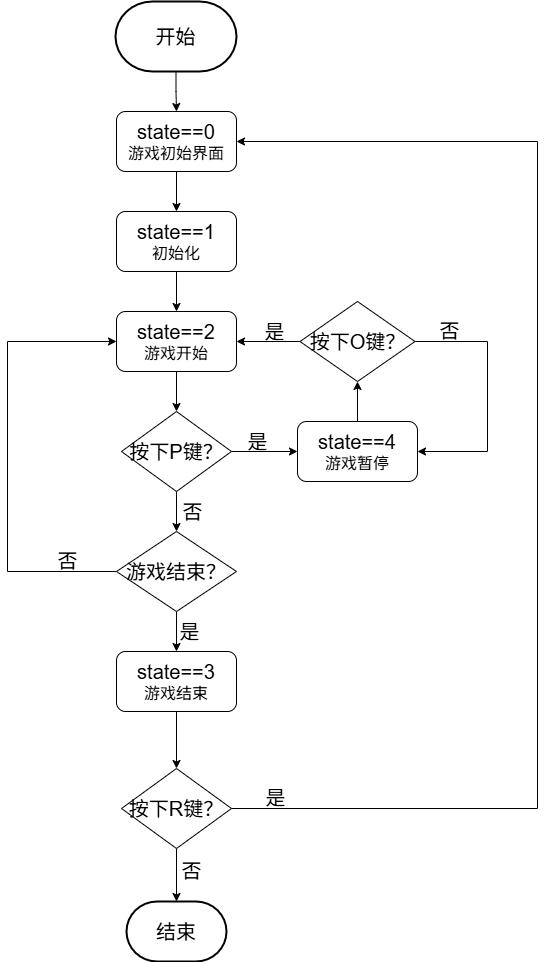
maple-m117/bysj_etc. keeps this draw.io diagram as game.png. Above is the earlier version. Source tidied: cells renumbered, new cells last; positions are measured from the earlier drawing's top-left corner, leaving out a move shared by most shapes.
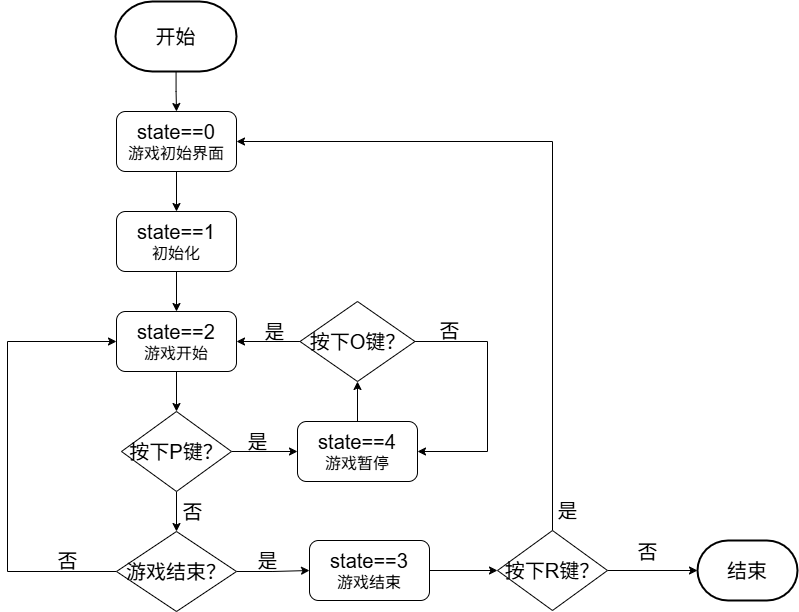
Above is the later version.

Diff of the diagram source:
```diff
@@ -67,27 +67,26 @@
       <mxGeometry relative="1" as="geometry" />
     </mxCell>
     <mxCell id="20" value="&lt;font style=&quot;font-size: 20px;&quot;&gt;state==3&lt;/font&gt;&lt;div&gt;&lt;font size=&quot;3&quot;&gt;游戏结束&lt;/font&gt;&lt;/div&gt;" style="rounded=1;whiteSpace=wrap;html=1;" parent="1" vertex="1">
-      <mxGeometry x="109" y="650" width="120" height="60" as="geometry" />
+      <mxGeometry x="302" y="539" width="120" height="60" as="geometry" />
     </mxCell>
     <mxCell id="21" style="edgeStyle=orthogonalEdgeStyle;rounded=0;jettySize=auto;html=1;" parent="1" edge="1" source="23" target="24">
       <mxGeometry relative="1" as="geometry" />
     </mxCell>
-    <mxCell id="22" style="edgeStyle=orthogonalEdgeStyle;rounded=0;jettySize=auto;html=1;exitX=1;exitY=0.5;exitDx=0;exitDy=0;entryX=1;entryY=0.5;entryDx=0;entryDy=0;" parent="1" edge="1" source="23" target="3">
+    <mxCell id="22" style="edgeStyle=orthogonalEdgeStyle;rounded=0;jettySize=auto;html=1;exitX=0.5;exitY=0;exitDx=0;exitDy=0;entryX=1;entryY=0.5;entryDx=0;entryDy=0;" parent="1" edge="1" source="23" target="3">
       <mxGeometry relative="1" as="geometry">
         <Array as="points">
-          <mxPoint x="530" y="807" />
-          <mxPoint x="530" y="140" />
+          <mxPoint x="545" y="140" />
         </Array>
       </mxGeometry>
     </mxCell>
     <mxCell id="23" value="&lt;font style=&quot;font-size: 20px;&quot;&gt;按下R键？&lt;/font&gt;" style="rhombus;whiteSpace=wrap;html=1;" parent="1" vertex="1">
-      <mxGeometry x="114" y="767" width="110" height="80" as="geometry" />
+      <mxGeometry x="490" y="529" width="110" height="80" as="geometry" />
     </mxCell>
     <mxCell id="24" value="&lt;font style=&quot;font-size: 20px;&quot;&gt;结束&lt;/font&gt;" style="strokeWidth=2;html=1;shape=mxgraph.flowchart.terminator;whiteSpace=wrap;" parent="1" vertex="1">
-      <mxGeometry x="119" y="900" width="100" height="60" as="geometry" />
+      <mxGeometry x="690" y="539" width="100" height="60" as="geometry" />
     </mxCell>
     <mxCell id="25" value="&lt;font style=&quot;font-size: 20px;&quot;&gt;否&lt;/font&gt;" style="text;html=1;align=center;verticalAlign=middle;strokeColor=none;fillColor=none;" parent="1" vertex="1">
-      <mxGeometry x="164" y="849" width="40" height="40" as="geometry" />
+      <mxGeometry x="620" y="530" width="40" height="40" as="geometry" />
     </mxCell>
     <mxCell id="26" value="&lt;font style=&quot;font-size: 20px;&quot;&gt;否&lt;/font&gt;" style="text;html=1;align=center;verticalAlign=middle;strokeColor=none;fillColor=none;" parent="1" vertex="1">
       <mxGeometry x="40" y="539" width="40" height="40" as="geometry" />
@@ -102,13 +101,13 @@
       <mxGeometry x="246.5" y="310" width="40" height="40" as="geometry" />
     </mxCell>
     <mxCell id="30" value="&lt;font style=&quot;font-size: 20px;&quot;&gt;是&lt;/font&gt;" style="text;html=1;align=center;verticalAlign=middle;strokeColor=none;fillColor=none;" parent="1" vertex="1">
-      <mxGeometry x="162" y="610" width="40" height="40" as="geometry" />
+      <mxGeometry x="240" y="539" width="40" height="40" as="geometry" />
     </mxCell>
     <mxCell id="31" value="&lt;font style=&quot;font-size: 20px;&quot;&gt;是&lt;/font&gt;" style="text;html=1;align=center;verticalAlign=middle;strokeColor=none;fillColor=none;" parent="1" vertex="1">
       <mxGeometry x="230" y="420" width="40" height="40" as="geometry" />
     </mxCell>
     <mxCell id="32" value="&lt;font style=&quot;font-size: 20px;&quot;&gt;是&lt;/font&gt;" style="text;html=1;align=center;verticalAlign=middle;strokeColor=none;fillColor=none;" parent="1" vertex="1">
-      <mxGeometry x="247.5" y="776" width="40" height="40" as="geometry" />
+      <mxGeometry x="540" y="489" width="40" height="40" as="geometry" />
     </mxCell>
     <mxCell id="33" style="edgeStyle=orthogonalEdgeStyle;rounded=0;jettySize=auto;html=1;" parent="1" edge="1" source="34" target="3">
       <mxGeometry relative="1" as="geometry" />
```
